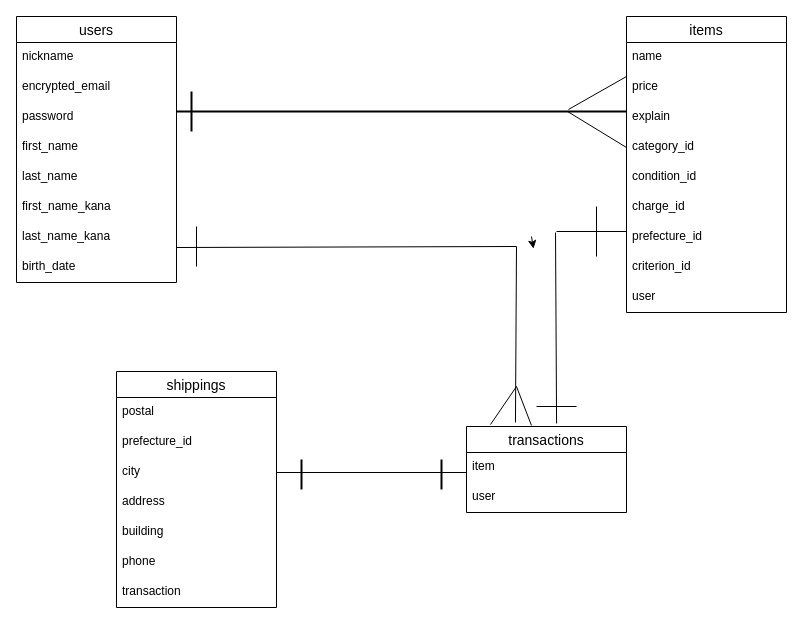
Before: Er.dio in ShuntaroKishida/furima-39624, a draw.io diagram. Source tidied: cells renumbered, new cells numbered last; positions are measured from the earlier drawing's top-left corner, leaving out a move shared by most shapes. Both pictures are drawn from the tidied source at 100%, with x=0, y=0 at pixel (16, 16).
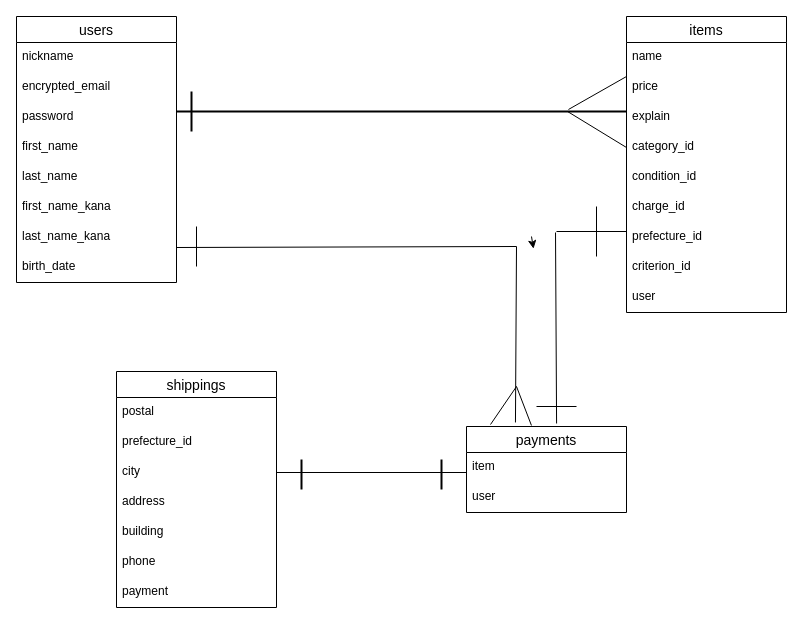
Above is the later version.

Unchanged cells that the change refers to:
```xml
<mxCell id="24" value="shippings" style="swimlane;fontStyle=0;horizontal=1;startSize=26;align=center;fontSize=14;" parent="1" vertex="1">
  <mxGeometry x="100" y="355" width="160" height="236" as="geometry" />
</mxCell>
```

The edit, as a diff of the source:
```diff
@@
-    <mxCell id="21" value="transactions" style="swimlane;fontStyle=0;horizontal=1;startSize=26;align=center;fontSize=14;" parent="1" vertex="1">
+    <mxCell id="21" value="payments" style="swimlane;fontStyle=0;horizontal=1;startSize=26;align=center;fontSize=14;" parent="1" vertex="1">
       <mxGeometry x="450" y="410" width="160" height="86" as="geometry" />
     </mxCell>
@@
-    <mxCell id="31" value="transaction" style="text;strokeColor=none;fillColor=none;spacingLeft=4;spacingRight=4;overflow=hidden;fontSize=12;" parent="24" vertex="1">
+    <mxCell id="31" value="payment" style="text;strokeColor=none;fillColor=none;spacingLeft=4;spacingRight=4;overflow=hidden;fontSize=12;" parent="24" vertex="1">
       <mxGeometry y="206" width="160" height="30" as="geometry" />
     </mxCell>
```
